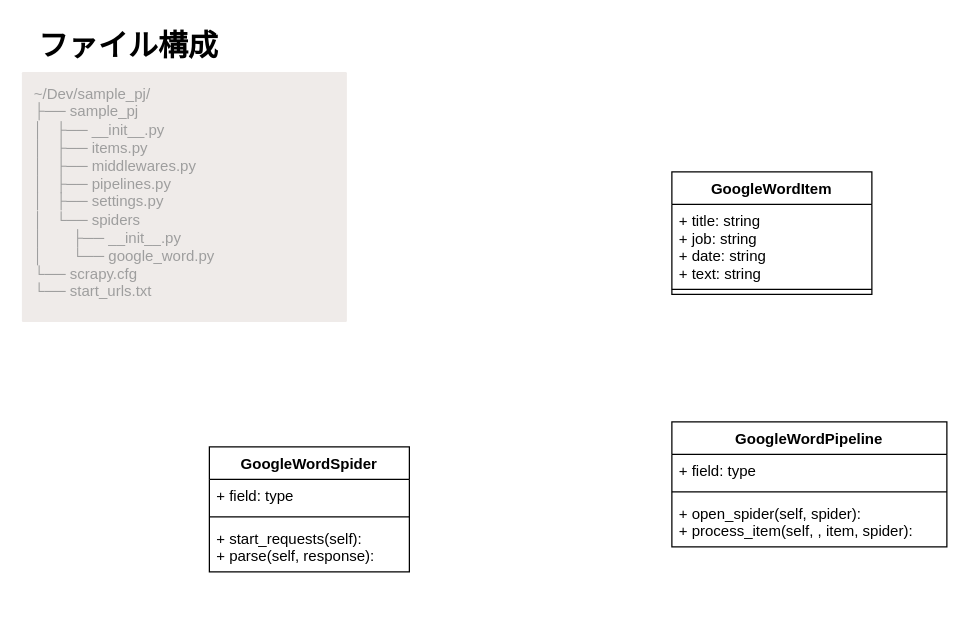
The draw.io diagram page "クラス図" (2 of 2) of スクレイピング.drawio in kaoru387/draw.io, before the edit. Source tidied: cells renumbered, new cells numbered last; positions are measured from the earlier drawing's top-left corner, leaving out a move shared by most shapes. Both pictures are drawn from the tidied source at 125%, with x=0, y=0 at pixel (21, 21).
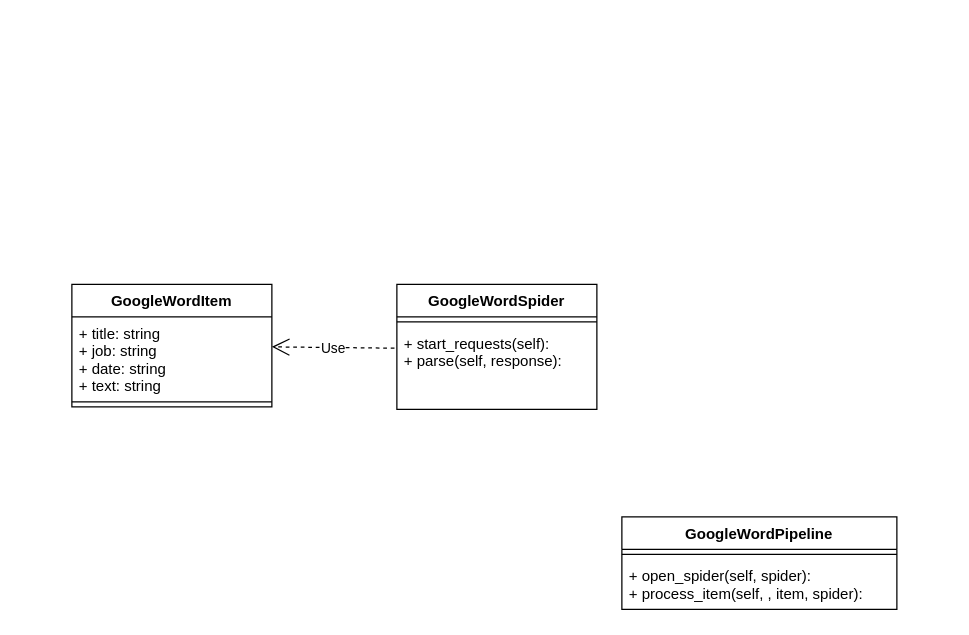
The same diagram, later.

The edit, as a diff of the source:
```diff
@@
 <mxGraphModel>
   <root>
     <mxCell id="0" />
     <mxCell id="1" parent="0" />
-    <mxCell id="2" value="&lt;div&gt;~/Dev/sample_pj/&lt;br&gt;&lt;/div&gt;&lt;div&gt;├── sample_pj&lt;/div&gt;&lt;div&gt;│&amp;nbsp; &amp;nbsp;├── __init__.py&lt;/div&gt;&lt;div&gt;│&amp;nbsp; &amp;nbsp;├── items.py&lt;/div&gt;&lt;div&gt;│&amp;nbsp; &amp;nbsp;├── middlewares.py&lt;/div&gt;&lt;div&gt;│&amp;nbsp; &amp;nbsp;├── pipelines.py&lt;/div&gt;&lt;div&gt;│&amp;nbsp; &amp;nbsp;├── settings.py&lt;/div&gt;&lt;div&gt;│&amp;nbsp; &amp;nbsp;└── spiders&lt;/div&gt;&lt;div&gt;│&amp;nbsp; &amp;nbsp; &amp;nbsp; &amp;nbsp;├── __init__.py&lt;/div&gt;&lt;div&gt;│&amp;nbsp; &amp;nbsp; &amp;nbsp; &amp;nbsp;└── google_word.py&lt;/div&gt;&lt;div&gt;└── scrapy.cfg&lt;/div&gt;&lt;div&gt;└── start_urls.txt&lt;/div&gt;" style="sketch=0;rounded=1;absoluteArcSize=1;arcSize=2;html=1;strokeColor=none;gradientColor=none;shadow=0;dashed=0;fontSize=12;fontColor=#9E9E9E;align=left;verticalAlign=top;spacing=10;spacingTop=-4;fillColor=#EFEBE9;" parent="1" vertex="1">
-      <mxGeometry y="40" width="260" height="200" as="geometry" />
-    </mxCell>
     <mxCell id="3" value="GoogleWordItem" style="swimlane;fontStyle=1;align=center;verticalAlign=top;horizontal=1;startSize=26;" parent="1" vertex="1">
-      <mxGeometry x="520" y="120" width="160" height="98" as="geometry" />
+      <mxGeometry x="40" y="210" width="160" height="98" as="geometry" />
     </mxCell>
     <mxCell id="4" value="+ title: string&#10;+ job: string&#10;+ date: string&#10;+ text: string" style="text;strokeColor=none;fillColor=none;align=left;verticalAlign=top;spacingLeft=4;spacingRight=4;overflow=hidden;" parent="3" vertex="1">
       <mxGeometry y="26" width="160" height="64" as="geometry" />
     </mxCell>
     <mxCell id="5" style="line;strokeWidth=1;fillColor=none;align=left;verticalAlign=middle;spacingTop=-1;spacingLeft=3;spacingRight=3;labelPosition=right;" parent="3" vertex="1">
       <mxGeometry y="90" width="160" height="8" as="geometry" />
     </mxCell>
-    <mxCell id="6" value="ファイル構成" style="text;strokeColor=none;fillColor=none;html=1;fontSize=24;fontStyle=1;verticalAlign=middle;align=center;" parent="1" vertex="1">
-      <mxGeometry width="170" height="40" as="geometry" />
-    </mxCell>
     <mxCell id="7" value="GoogleWordPipeline" style="swimlane;fontStyle=1;align=center;verticalAlign=top;horizontal=1;startSize=26;" parent="1" vertex="1">
-      <mxGeometry x="520" y="320" width="220" height="100" as="geometry" />
+      <mxGeometry x="480" y="396" width="220" height="74" as="geometry" />
     </mxCell>
-    <mxCell id="8" value="+ field: type" style="text;strokeColor=none;fillColor=none;align=left;verticalAlign=top;spacingLeft=4;spacingRight=4;overflow=hidden;" parent="7" vertex="1">
-      <mxGeometry y="26" width="220" height="26" as="geometry" />
-    </mxCell>
     <mxCell id="9" style="line;strokeWidth=1;fillColor=none;align=left;verticalAlign=middle;spacingTop=-1;spacingLeft=3;spacingRight=3;labelPosition=right;" parent="7" vertex="1">
-      <mxGeometry y="52" width="220" height="8" as="geometry" />
+      <mxGeometry y="26" width="220" height="8" as="geometry" />
     </mxCell>
     <mxCell id="10" value="+ open_spider(self, spider): &#10;+ process_item(self, , item, spider): " style="text;strokeColor=none;fillColor=none;align=left;verticalAlign=top;spacingLeft=4;spacingRight=4;overflow=hidden;" parent="7" vertex="1">
-      <mxGeometry y="60" width="220" height="40" as="geometry" />
+      <mxGeometry y="34" width="220" height="40" as="geometry" />
     </mxCell>
     <mxCell id="11" value="GoogleWordSpider" style="swimlane;fontStyle=1;align=center;verticalAlign=top;horizontal=1;startSize=26;" parent="1" vertex="1">
-      <mxGeometry x="150" y="340" width="160" height="100" as="geometry" />
+      <mxGeometry x="300" y="210" width="160" height="100" as="geometry" />
     </mxCell>
-    <mxCell id="12" value="+ field: type" style="text;strokeColor=none;fillColor=none;align=left;verticalAlign=top;spacingLeft=4;spacingRight=4;overflow=hidden;" parent="11" vertex="1">
-      <mxGeometry y="26" width="160" height="26" as="geometry" />
-    </mxCell>
     <mxCell id="13" style="line;strokeWidth=1;fillColor=none;align=left;verticalAlign=middle;spacingTop=-1;spacingLeft=3;spacingRight=3;labelPosition=right;" parent="11" vertex="1">
-      <mxGeometry y="52" width="160" height="8" as="geometry" />
+      <mxGeometry y="26" width="160" height="8" as="geometry" />
     </mxCell>
     <mxCell id="14" value="+ start_requests(self): &#10;+ parse(self, response): " style="text;strokeColor=none;fillColor=none;align=left;verticalAlign=top;spacingLeft=4;spacingRight=4;overflow=hidden;points=[[0,0.5],[1,0.5]];portConstraint=eastwest;" parent="11" vertex="1">
-      <mxGeometry y="60" width="160" height="40" as="geometry" />
+      <mxGeometry y="34" width="160" height="66" as="geometry" />
     </mxCell>
+    <mxCell id="15" value="Use" style="endArrow=open;endSize=12;dashed=1;html=1;rounded=0;exitX=-0.012;exitY=0.258;exitDx=0;exitDy=0;exitPerimeter=0;" parent="1" edge="1" source="14">
+      <mxGeometry relative="1" as="geometry">
+        <mxPoint x="200" y="260" as="targetPoint" />
+      </mxGeometry>
+    </mxCell>
   </root>
 </mxGraphModel>
```
